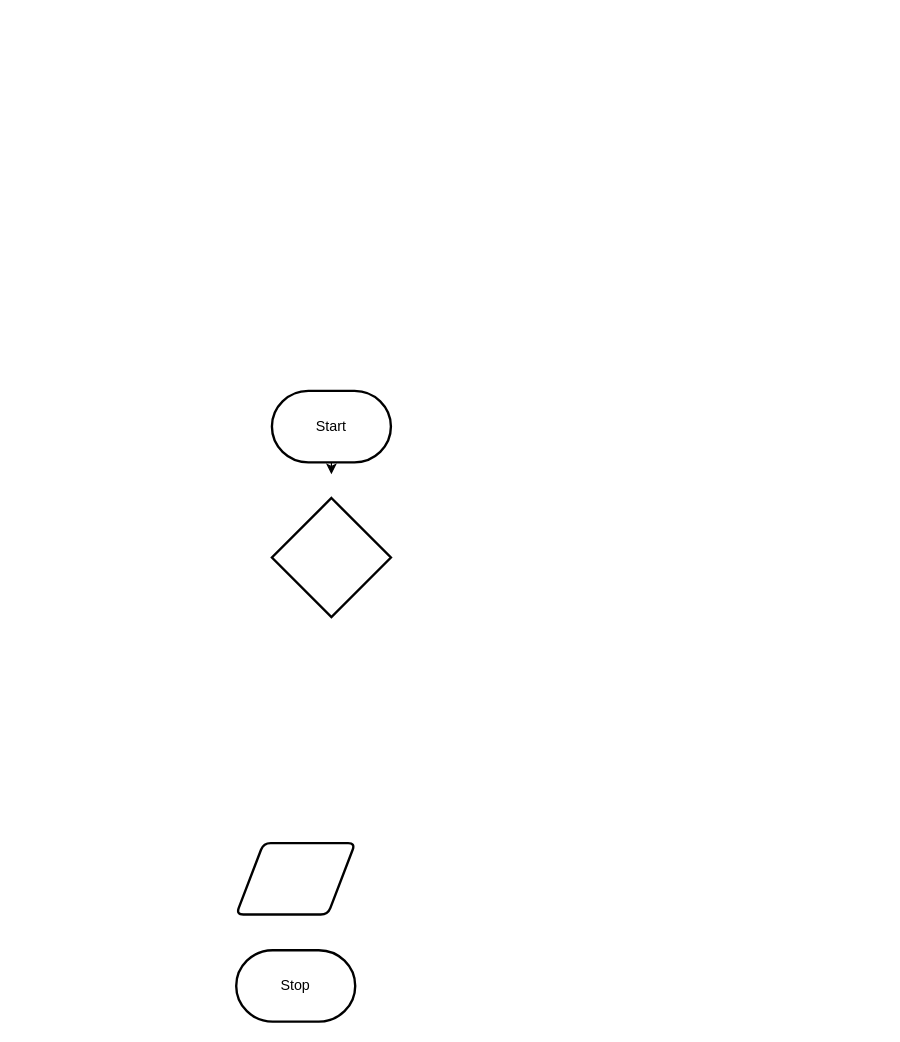
Before: design/flowchart.drawio in MTHS-ICS2O-2-2022/ICS2O-Assignment-04-jakub-malhotra, a draw.io diagram. Source tidied: cells renumbered, new cells numbered last; positions are measured from the earlier drawing's top-left corner, leaving out a move shared by most shapes. Both pictures are drawn from the tidied source at 119%, with x=0, y=0 at pixel (236, 390).
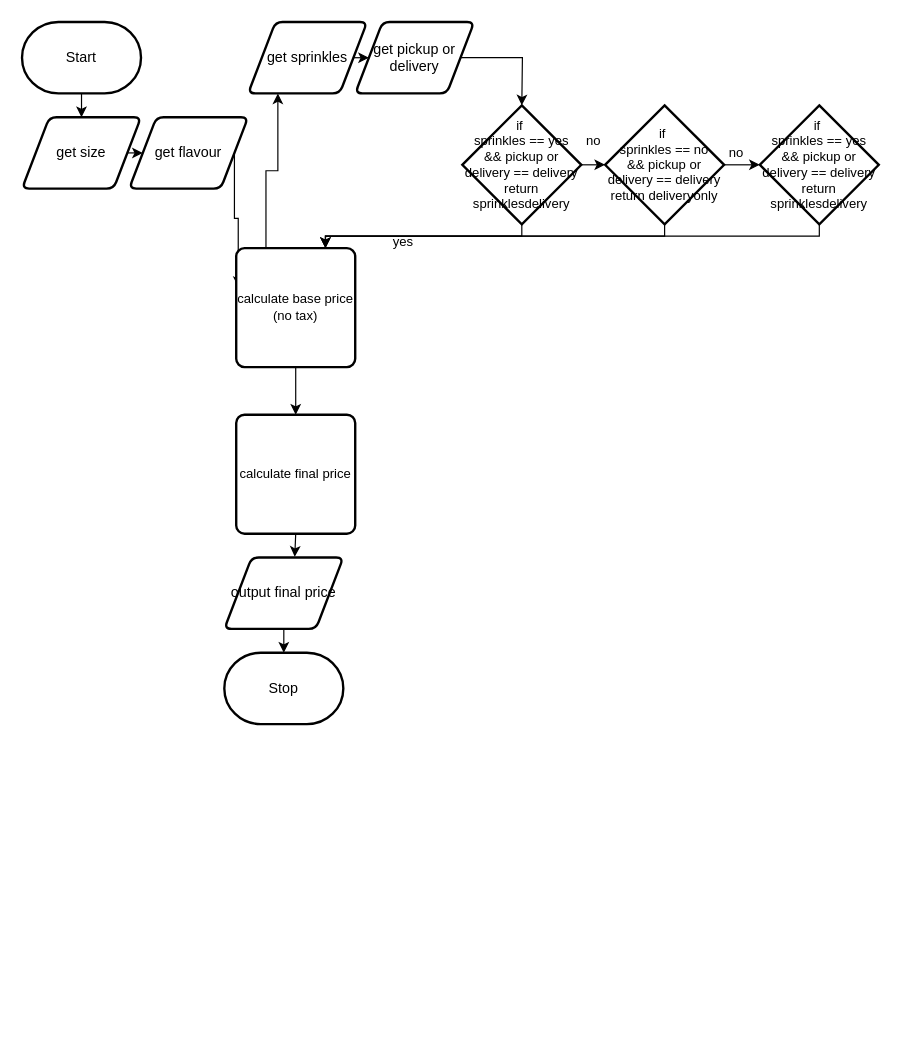
After the change.

What changed in the source:
```diff
@@
-    <mxCell id="2" style="edgeStyle=none;html=1;exitX=0.5;exitY=1;exitDx=0;exitDy=0;exitPerimeter=0;entryX=0.5;entryY=0;entryDx=0;entryDy=0;" parent="1" edge="1" source="3">
-      <mxGeometry relative="1" as="geometry">
-        <mxPoint x="80" y="70" as="targetPoint" />
-      </mxGeometry>
-    </mxCell>
+    <mxCell id="7" style="edgeStyle=orthogonalEdgeStyle;html=1;exitX=0.5;exitY=1;exitDx=0;exitDy=0;exitPerimeter=0;entryX=0.5;entryY=0;entryDx=0;entryDy=0;rounded=0;" parent="1" edge="1" source="3" target="6">
+      <mxGeometry relative="1" as="geometry" />
+    </mxCell>
     <mxCell id="3" value="Start" style="strokeWidth=2;html=1;shape=mxgraph.flowchart.terminator;whiteSpace=wrap;" parent="1" vertex="1">
-      <mxGeometry x="30" width="100" height="60" as="geometry" />
+      <mxGeometry x="-180" y="-310" width="100" height="60" as="geometry" />
     </mxCell>
     <mxCell id="4" value="Stop" style="strokeWidth=2;html=1;shape=mxgraph.flowchart.terminator;whiteSpace=wrap;" parent="1" vertex="1">
-      <mxGeometry y="470" width="100" height="60" as="geometry" />
+      <mxGeometry x="-10" y="220" width="100" height="60" as="geometry" />
     </mxCell>
+    <mxCell id="8" style="edgeStyle=orthogonalEdgeStyle;shape=connector;rounded=0;html=1;exitX=0.5;exitY=1;exitDx=0;exitDy=0;entryX=0.5;entryY=0;entryDx=0;entryDy=0;entryPerimeter=0;labelBackgroundColor=default;strokeColor=default;fontFamily=Helvetica;fontSize=11;fontColor=default;endArrow=classic;" parent="1" edge="1" source="5" target="4">
+      <mxGeometry relative="1" as="geometry" />
+    </mxCell>
-    <mxCell id="5" style="shape=parallelogram;html=1;strokeWidth=2;perimeter=parallelogramPerimeter;whiteSpace=wrap;rounded=1;arcSize=12;size=0.23;" parent="1" vertex="1">
-      <mxGeometry y="380" width="100" height="60" as="geometry" />
+    <mxCell id="5" value="output final price" style="shape=parallelogram;html=1;strokeWidth=2;perimeter=parallelogramPerimeter;whiteSpace=wrap;rounded=1;arcSize=12;size=0.23;" parent="1" vertex="1">
+      <mxGeometry x="-10" y="140" width="100" height="60" as="geometry" />
     </mxCell>
+    <mxCell id="9" style="edgeStyle=orthogonalEdgeStyle;shape=connector;rounded=0;html=1;exitX=1;exitY=0.5;exitDx=0;exitDy=0;entryX=0;entryY=0.5;entryDx=0;entryDy=0;labelBackgroundColor=default;strokeColor=default;fontFamily=Helvetica;fontSize=11;fontColor=default;endArrow=classic;" parent="1" edge="1" source="6" target="11">
+      <mxGeometry relative="1" as="geometry" />
+    </mxCell>
-    <mxCell id="6" style="strokeWidth=2;html=1;shape=mxgraph.flowchart.decision;whiteSpace=wrap;" parent="1" vertex="1">
-      <mxGeometry x="30" y="90" width="100" height="100" as="geometry" />
+    <mxCell id="6" value="get size" style="shape=parallelogram;html=1;strokeWidth=2;perimeter=parallelogramPerimeter;whiteSpace=wrap;rounded=1;arcSize=12;size=0.23;" parent="1" vertex="1">
+      <mxGeometry x="-180" y="-230" width="100" height="60" as="geometry" />
     </mxCell>
+    <mxCell id="10" style="edgeStyle=orthogonalEdgeStyle;shape=connector;rounded=0;html=1;exitX=1;exitY=0.5;exitDx=0;exitDy=0;entryX=0.017;entryY=0.327;entryDx=0;entryDy=0;entryPerimeter=0;labelBackgroundColor=default;strokeColor=default;fontFamily=Helvetica;fontSize=11;fontColor=default;endArrow=classic;" parent="1" edge="1" source="11" target="26">
+      <mxGeometry relative="1" as="geometry" />
+    </mxCell>
+    <mxCell id="11" value="get flavour" style="shape=parallelogram;html=1;strokeWidth=2;perimeter=parallelogramPerimeter;whiteSpace=wrap;rounded=1;arcSize=12;size=0.23;" parent="1" vertex="1">
+      <mxGeometry x="-90" y="-230" width="100" height="60" as="geometry" />
+    </mxCell>
+    <mxCell id="12" style="edgeStyle=orthogonalEdgeStyle;shape=connector;rounded=0;html=1;exitX=1;exitY=0.5;exitDx=0;exitDy=0;entryX=0;entryY=0.5;entryDx=0;entryDy=0;labelBackgroundColor=default;strokeColor=default;fontFamily=Helvetica;fontSize=11;fontColor=default;endArrow=classic;" parent="1" edge="1" source="13" target="15">
+      <mxGeometry relative="1" as="geometry" />
+    </mxCell>
+    <mxCell id="13" value="get sprinkles" style="shape=parallelogram;html=1;strokeWidth=2;perimeter=parallelogramPerimeter;whiteSpace=wrap;rounded=1;arcSize=12;size=0.23;" parent="1" vertex="1">
+      <mxGeometry x="10" y="-310" width="100" height="60" as="geometry" />
+    </mxCell>
+    <mxCell id="14" style="edgeStyle=orthogonalEdgeStyle;shape=connector;rounded=0;html=1;exitX=1;exitY=0.5;exitDx=0;exitDy=0;labelBackgroundColor=default;strokeColor=default;fontFamily=Helvetica;fontSize=11;fontColor=default;endArrow=classic;" parent="1" edge="1" source="15">
+      <mxGeometry relative="1" as="geometry">
+        <mxPoint x="240" y="-240" as="targetPoint" />
+      </mxGeometry>
+    </mxCell>
+    <mxCell id="15" value="get pickup or delivery" style="shape=parallelogram;html=1;strokeWidth=2;perimeter=parallelogramPerimeter;whiteSpace=wrap;rounded=1;arcSize=12;size=0.23;" parent="1" vertex="1">
+      <mxGeometry x="100" y="-310" width="100" height="60" as="geometry" />
+    </mxCell>
+    <mxCell id="16" style="edgeStyle=orthogonalEdgeStyle;shape=connector;rounded=0;html=1;exitX=0.5;exitY=1;exitDx=0;exitDy=0;exitPerimeter=0;entryX=0.75;entryY=0;entryDx=0;entryDy=0;labelBackgroundColor=default;strokeColor=default;fontFamily=Helvetica;fontSize=11;fontColor=default;endArrow=classic;" parent="1" edge="1" source="18" target="26">
+      <mxGeometry relative="1" as="geometry" />
+    </mxCell>
+    <mxCell id="17" style="edgeStyle=orthogonalEdgeStyle;shape=connector;rounded=0;html=1;exitX=1;exitY=0.5;exitDx=0;exitDy=0;exitPerimeter=0;labelBackgroundColor=default;strokeColor=default;fontFamily=Helvetica;fontSize=11;fontColor=default;endArrow=classic;" parent="1" edge="1" source="18" target="21">
+      <mxGeometry relative="1" as="geometry" />
+    </mxCell>
+    <mxCell id="18" value="if&amp;nbsp;&lt;br&gt;sprinkles == yes&lt;br&gt;&amp;amp;&amp;amp; pickup or delivery == delivery return sprinklesdelivery" style="strokeWidth=2;html=1;shape=mxgraph.flowchart.decision;whiteSpace=wrap;fontFamily=Helvetica;fontSize=11;fontColor=default;" parent="1" vertex="1">
+      <mxGeometry x="190" y="-240" width="100" height="100" as="geometry" />
+    </mxCell>
+    <mxCell id="19" style="edgeStyle=orthogonalEdgeStyle;shape=connector;rounded=0;html=1;exitX=0.5;exitY=1;exitDx=0;exitDy=0;exitPerimeter=0;entryX=0.75;entryY=0;entryDx=0;entryDy=0;labelBackgroundColor=default;strokeColor=default;fontFamily=Helvetica;fontSize=11;fontColor=default;endArrow=classic;" parent="1" edge="1" source="21" target="26">
+      <mxGeometry relative="1" as="geometry" />
+    </mxCell>
+    <mxCell id="20" style="edgeStyle=orthogonalEdgeStyle;shape=connector;rounded=0;html=1;exitX=1;exitY=0.5;exitDx=0;exitDy=0;exitPerimeter=0;entryX=0;entryY=0.5;entryDx=0;entryDy=0;entryPerimeter=0;labelBackgroundColor=default;strokeColor=default;fontFamily=Helvetica;fontSize=11;fontColor=default;endArrow=classic;" parent="1" edge="1" source="21" target="23">
+      <mxGeometry relative="1" as="geometry" />
+    </mxCell>
+    <mxCell id="21" value="if&amp;nbsp;&lt;br&gt;sprinkles == no&lt;br&gt;&amp;amp;&amp;amp; pickup or delivery == delivery return deliveryonly" style="strokeWidth=2;html=1;shape=mxgraph.flowchart.decision;whiteSpace=wrap;fontFamily=Helvetica;fontSize=11;fontColor=default;" parent="1" vertex="1">
+      <mxGeometry x="310" y="-240" width="100" height="100" as="geometry" />
+    </mxCell>
+    <mxCell id="22" style="edgeStyle=orthogonalEdgeStyle;shape=connector;rounded=0;html=1;exitX=0.5;exitY=1;exitDx=0;exitDy=0;exitPerimeter=0;entryX=0.75;entryY=0;entryDx=0;entryDy=0;labelBackgroundColor=default;strokeColor=default;fontFamily=Helvetica;fontSize=11;fontColor=default;endArrow=classic;" parent="1" edge="1" source="23" target="26">
+      <mxGeometry relative="1" as="geometry" />
+    </mxCell>
+    <mxCell id="23" value="if&amp;nbsp;&lt;br&gt;sprinkles == yes&lt;br&gt;&amp;amp;&amp;amp; pickup or delivery == delivery return sprinklesdelivery" style="strokeWidth=2;html=1;shape=mxgraph.flowchart.decision;whiteSpace=wrap;fontFamily=Helvetica;fontSize=11;fontColor=default;" parent="1" vertex="1">
+      <mxGeometry x="440" y="-240" width="100" height="100" as="geometry" />
+    </mxCell>
+    <mxCell id="24" style="edgeStyle=orthogonalEdgeStyle;shape=connector;rounded=0;html=1;exitX=0.25;exitY=0;exitDx=0;exitDy=0;entryX=0.25;entryY=1;entryDx=0;entryDy=0;labelBackgroundColor=default;strokeColor=default;fontFamily=Helvetica;fontSize=11;fontColor=default;endArrow=classic;" parent="1" edge="1" source="26" target="13">
+      <mxGeometry relative="1" as="geometry" />
+    </mxCell>
+    <mxCell id="25" style="edgeStyle=orthogonalEdgeStyle;shape=connector;rounded=0;html=1;exitX=0.5;exitY=1;exitDx=0;exitDy=0;entryX=0.5;entryY=0;entryDx=0;entryDy=0;labelBackgroundColor=default;strokeColor=default;fontFamily=Helvetica;fontSize=11;fontColor=default;endArrow=classic;" parent="1" edge="1" source="26" target="31">
+      <mxGeometry relative="1" as="geometry" />
+    </mxCell>
+    <mxCell id="26" value="calculate base price (no tax)" style="rounded=1;whiteSpace=wrap;html=1;absoluteArcSize=1;arcSize=14;strokeWidth=2;fontFamily=Helvetica;fontSize=11;fontColor=default;" parent="1" vertex="1">
+      <mxGeometry y="-120" width="100" height="100" as="geometry" />
+    </mxCell>
+    <mxCell id="27" value="yes" style="text;html=1;align=center;verticalAlign=middle;strokeColor=none;fillColor=none;fontSize=11;fontFamily=Helvetica;fontColor=default;" parent="1" vertex="1">
+      <mxGeometry x="120" y="-140" width="40" height="30" as="geometry" />
+    </mxCell>
+    <mxCell id="28" value="no" style="text;html=1;align=center;verticalAlign=middle;strokeColor=none;fillColor=none;fontSize=11;fontFamily=Helvetica;fontColor=default;" parent="1" vertex="1">
+      <mxGeometry x="280" y="-225" width="40" height="30" as="geometry" />
+    </mxCell>
+    <mxCell id="29" value="no" style="text;html=1;align=center;verticalAlign=middle;strokeColor=none;fillColor=none;fontSize=11;fontFamily=Helvetica;fontColor=default;" parent="1" vertex="1">
+      <mxGeometry x="400" y="-215" width="40" height="30" as="geometry" />
+    </mxCell>
+    <mxCell id="30" style="edgeStyle=orthogonalEdgeStyle;shape=connector;rounded=0;html=1;exitX=0.5;exitY=1;exitDx=0;exitDy=0;entryX=0.592;entryY=-0.011;entryDx=0;entryDy=0;entryPerimeter=0;labelBackgroundColor=default;strokeColor=default;fontFamily=Helvetica;fontSize=11;fontColor=default;endArrow=classic;" parent="1" edge="1" source="31" target="5">
+      <mxGeometry relative="1" as="geometry" />
+    </mxCell>
+    <mxCell id="31" value="calculate final price" style="rounded=1;whiteSpace=wrap;html=1;absoluteArcSize=1;arcSize=14;strokeWidth=2;fontFamily=Helvetica;fontSize=11;fontColor=default;" parent="1" vertex="1">
+      <mxGeometry y="20" width="100" height="100" as="geometry" />
+    </mxCell>
```
